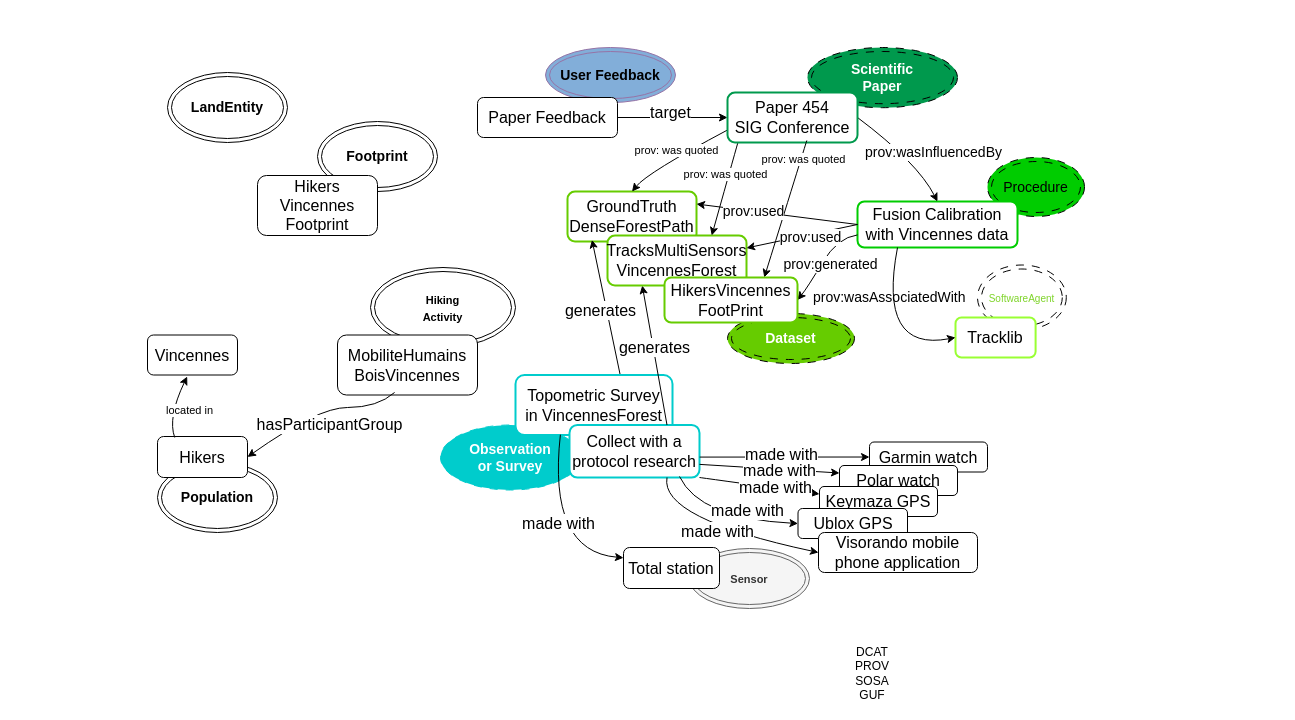
This is page "Schéma 2 article" (3 of 3) of docs/diagrams/model_KG.drawio from IntForOut/outdoorPressure, a draw.io file, before an edit. Source tidied: cells renumbered, new cells numbered last; positions are measured from the earlier drawing's top-left corner, leaving out a move shared by most shapes. Both pictures are drawn from the tidied source at 100%, with x=0, y=0 at pixel (147, 47).
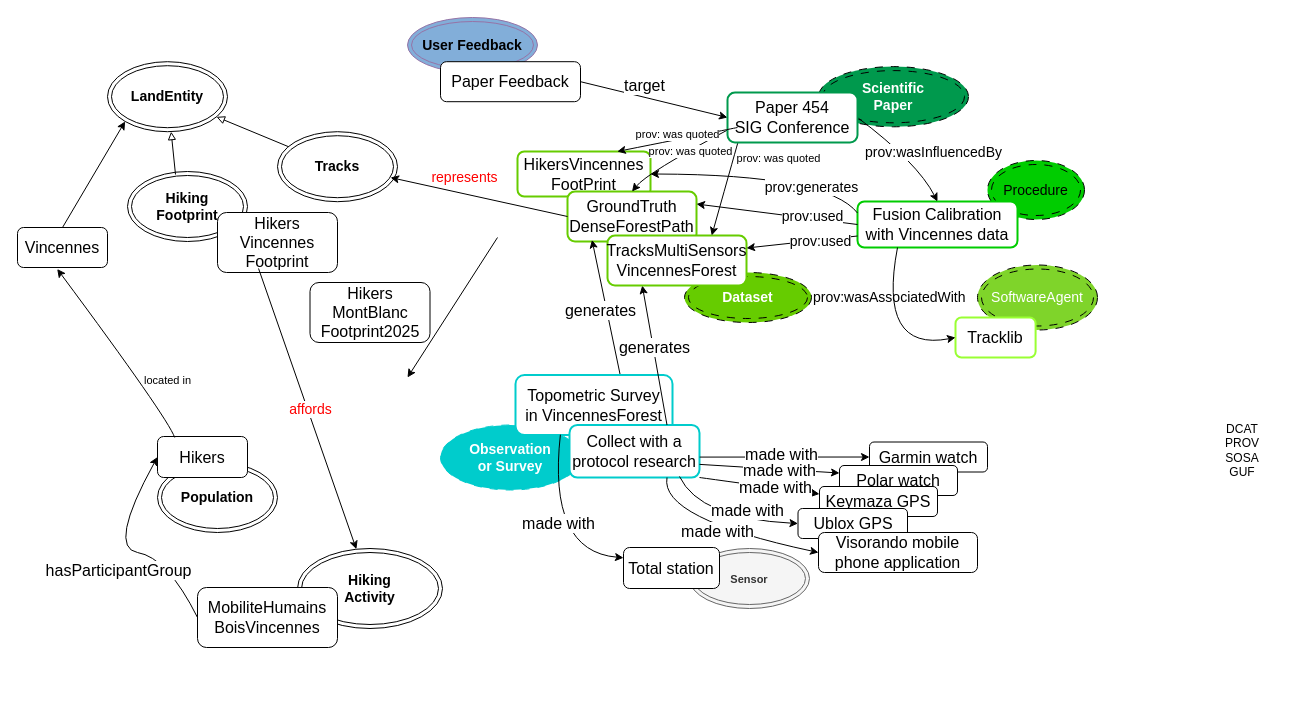
After the change.

Commit message:
Mettre à jour model_KG.drawio

Unchanged cells that the change refers to:
```xml
<mxCell id="9" value="&lt;div&gt;&lt;font style=&quot;font-size: 16px;&quot;&gt;Fusion Calibration&lt;/font&gt;&lt;/div&gt;&lt;div&gt;&lt;font style=&quot;font-size: 16px;&quot;&gt;with Vincennes data&lt;/font&gt;&lt;/div&gt;" style="rounded=1;whiteSpace=wrap;html=1;strokeColor=#00CC00;strokeWidth=2;" parent="1" vertex="1">
  <mxGeometry x="710" y="154" width="160" height="46" as="geometry" />
</mxCell>
<mxCell id="13" value="&lt;div&gt;&lt;font style=&quot;font-size: 16px;&quot;&gt;GroundTruth&lt;/font&gt;&lt;/div&gt;&lt;div&gt;&lt;font style=&quot;font-size: 16px;&quot;&gt;DenseForestPath&lt;/font&gt;&lt;/div&gt;" style="rounded=1;whiteSpace=wrap;html=1;strokeColor=#66CC00;strokeWidth=2;" parent="1" vertex="1">
  <mxGeometry x="420" y="144" width="129" height="50" as="geometry" />
</mxCell>
<mxCell id="21" value="&lt;div&gt;&lt;font style=&quot;font-size: 16px;&quot;&gt;TracksMultiSensors&lt;/font&gt;&lt;/div&gt;&lt;div&gt;&lt;font style=&quot;font-size: 16px;&quot;&gt;VincennesForest&lt;/font&gt;&lt;/div&gt;" style="rounded=1;whiteSpace=wrap;html=1;strokeColor=#66CC00;strokeWidth=2;" parent="1" vertex="1">
  <mxGeometry x="460" y="188" width="139" height="50" as="geometry" />
</mxCell>
<mxCell id="33" style="endArrow=classic;html=1;rounded=0;exitX=0;exitY=0.75;exitDx=0;exitDy=0;curved=1;entryX=0.5;entryY=0;entryDx=0;entryDy=0;" parent="1" edge="1" source="45" target="13">
  <mxGeometry relative="1" as="geometry">
    <Array as="points">
      <mxPoint x="500" y="125" />
    </Array>
  </mxGeometry>
</mxCell>
<mxCell id="37" style="endArrow=classic;html=1;rounded=0;exitX=1;exitY=0.5;exitDx=0;exitDy=0;entryX=0;entryY=0.5;entryDx=0;entryDy=0;" parent="1" edge="1" source="16" target="45">
  <mxGeometry relative="1" as="geometry" />
</mxCell>
<mxCell id="43" style="endArrow=classic;html=1;rounded=0;entryX=0.75;entryY=0;entryDx=0;entryDy=0;exitX=0.08;exitY=1;exitDx=0;exitDy=0;curved=1;exitPerimeter=0;" parent="1" edge="1" source="45" target="21">
  <mxGeometry relative="1" as="geometry" />
</mxCell>
<mxCell id="45" value="&lt;div&gt;&lt;font style=&quot;font-size: 16px;&quot;&gt;Paper 454&lt;/font&gt;&lt;/div&gt;&lt;div&gt;&lt;font style=&quot;font-size: 16px;&quot;&gt;SIG Conference&lt;/font&gt;&lt;/div&gt;" style="rounded=1;whiteSpace=wrap;html=1;strokeColor=#00994D;strokeWidth=2;" parent="1" vertex="1">
  <mxGeometry x="580" y="45" width="130" height="50" as="geometry" />
</mxCell>
<mxCell id="61" style="endArrow=classic;html=1;rounded=0;exitX=0;exitY=0.5;exitDx=0;exitDy=0;entryX=1;entryY=0.25;entryDx=0;entryDy=0;" parent="1" edge="1" source="9" target="13">
  <mxGeometry relative="1" as="geometry" />
</mxCell>
<mxCell id="63" value="&lt;font style=&quot;font-size: 16px;&quot;&gt;Hikers&lt;/font&gt;" style="rounded=1;whiteSpace=wrap;html=1;" parent="1" vertex="1">
  <mxGeometry x="10" y="389" width="90" height="41" as="geometry" />
</mxCell>
```

Diff of the diagram source:
```diff
@@
+    <mxCell id="48" value="&lt;div&gt;&lt;font style=&quot;font-size: 16px;&quot;&gt;HikersVincennes&lt;/font&gt;&lt;/div&gt;&lt;div&gt;&lt;font style=&quot;font-size: 16px;&quot;&gt;FootPrint&lt;/font&gt;&lt;/div&gt;" style="rounded=1;whiteSpace=wrap;html=1;strokeColor=#66CC00;strokeWidth=2;" parent="1" vertex="1">
+      <mxGeometry x="370" y="104" width="133" height="45" as="geometry" />
+    </mxCell>
-    <mxCell id="2" value="&lt;b&gt;Footprint&lt;/b&gt;" style="ellipse;shape=doubleEllipse;whiteSpace=wrap;html=1;fontSize=14;" parent="1" vertex="1">
-      <mxGeometry x="170" y="74" width="120" height="70" as="geometry" />
+    <mxCell id="2" value="&lt;div&gt;&lt;b&gt;Hiking&lt;/b&gt;&lt;/div&gt;&lt;div&gt;&lt;b&gt;Footprint&lt;/b&gt;&lt;/div&gt;" style="ellipse;shape=doubleEllipse;whiteSpace=wrap;html=1;fontSize=14;" parent="1" vertex="1">
+      <mxGeometry x="-20" y="124" width="120" height="70" as="geometry" />
     </mxCell>
     <mxCell id="3" value="&lt;font&gt;&lt;b&gt;User Feedback&lt;/b&gt;&lt;/font&gt;" style="ellipse;shape=doubleEllipse;whiteSpace=wrap;html=1;fontSize=14;fillColor=#82AED9;strokeColor=#9673a6;" parent="1" vertex="1">
-      <mxGeometry x="398" width="130" height="55.1" as="geometry" />
+      <mxGeometry x="260" y="-30" width="130" height="55.1" as="geometry" />
     </mxCell>
     <mxCell id="4" value="&lt;font style=&quot;color: rgb(255, 255, 255);&quot;&gt;&lt;b&gt;Dataset&lt;/b&gt;&lt;/font&gt;" style="ellipse;shape=doubleEllipse;whiteSpace=wrap;html=1;fontSize=14;fillColor=#66CC00;strokeColor=default;dashed=1;dashPattern=8 8;" parent="1" vertex="1">
-      <mxGeometry x="580" y="266" width="127" height="50" as="geometry" />
+      <mxGeometry x="537" y="225" width="127" height="50" as="geometry" />
     </mxCell>
     <mxCell id="5" value="&lt;font style=&quot;color: rgb(255, 255, 255);&quot;&gt;&lt;span style=&quot;color: rgb(0, 204, 0);&quot;&gt;&lt;font&gt;&lt;span style=&quot;color: rgb(0, 0, 0);&quot;&gt;Procedure&lt;/span&gt;&lt;/font&gt;&lt;/span&gt;&lt;/font&gt;" style="ellipse;shape=doubleEllipse;whiteSpace=wrap;html=1;fontSize=14;fillColor=#00CC00;dashed=1;dashPattern=8 8;" parent="1" vertex="1">
-      <mxGeometry x="840" y="110" width="97" height="59" as="geometry" />
+      <mxGeometry x="840" y="113" width="97" height="59" as="geometry" />
     </mxCell>
     <mxCell id="6" value="&lt;div&gt;&lt;font style=&quot;color: rgb(255, 255, 255);&quot;&gt;&lt;b&gt;Scientific&lt;/b&gt;&lt;/font&gt;&lt;/div&gt;&lt;div&gt;&lt;font style=&quot;color: rgb(255, 255, 255);&quot;&gt;&lt;b&gt;Paper&lt;/b&gt;&lt;/font&gt;&lt;/div&gt;" style="ellipse;shape=doubleEllipse;whiteSpace=wrap;html=1;fontSize=14;dashed=1;dashPattern=8 8;fillColor=#00994D;" parent="1" vertex="1">
-      <mxGeometry x="660" width="150" height="60.2" as="geometry" />
+      <mxGeometry x="671" y="19.1" width="150" height="60.2" as="geometry" />
     </mxCell>
-    <mxCell id="7" value="&lt;span style=&quot;color: rgb(127, 212, 42);&quot;&gt;&lt;font style=&quot;font-size: 10px;&quot;&gt;SoftwareAgent&lt;/font&gt;&lt;/span&gt;" style="ellipse;shape=doubleEllipse;whiteSpace=wrap;html=1;fontSize=14;fillColor=none;dashed=1;dashPattern=8 8;" parent="1" vertex="1">
-      <mxGeometry x="830" y="217.5" width="88.8" height="65" as="geometry" />
+    <mxCell id="7" value="&lt;span style=&quot;color: rgb(255, 255, 255);&quot;&gt;&lt;font&gt;SoftwareAgent&lt;/font&gt;&lt;/span&gt;" style="ellipse;shape=doubleEllipse;whiteSpace=wrap;html=1;fontSize=14;fillColor=#7FD42A;dashed=1;dashPattern=8 8;" parent="1" vertex="1">
+      <mxGeometry x="830" y="217.5" width="120" height="65" as="geometry" />
     </mxCell>
@@
-    <mxCell id="11" value="&lt;font style=&quot;font-size: 11px;&quot;&gt;&lt;b&gt;Hiking&lt;/b&gt;&lt;/font&gt;&lt;div&gt;&lt;font style=&quot;font-size: 11px;&quot;&gt;&lt;b&gt;Activity&lt;/b&gt;&lt;/font&gt;&lt;/div&gt;" style="ellipse;shape=doubleEllipse;whiteSpace=wrap;html=1;fontSize=14;" parent="1" vertex="1">
-      <mxGeometry x="223" y="220" width="145" height="80" as="geometry" />
+    <mxCell id="11" value="&lt;font&gt;&lt;b&gt;Hiking&lt;/b&gt;&lt;/font&gt;&lt;div&gt;&lt;font&gt;&lt;b&gt;Activity&lt;/b&gt;&lt;/font&gt;&lt;/div&gt;" style="ellipse;shape=doubleEllipse;whiteSpace=wrap;html=1;fontSize=14;" parent="1" vertex="1">
+      <mxGeometry x="150" y="501" width="145" height="80" as="geometry" />
     </mxCell>
     <mxCell id="12" value="&lt;b&gt;LandEntity&lt;/b&gt;" style="ellipse;shape=doubleEllipse;whiteSpace=wrap;html=1;fontSize=14;" parent="1" vertex="1">
-      <mxGeometry x="20" y="25" width="120" height="70" as="geometry" />
+      <mxGeometry x="-40" y="14.2" width="120" height="70" as="geometry" />
     </mxCell>
@@
     <mxCell id="16" value="&lt;font style=&quot;font-size: 16px;&quot;&gt;Paper Feedback&lt;/font&gt;" style="rounded=1;whiteSpace=wrap;html=1;" parent="1" vertex="1">
-      <mxGeometry x="330" y="50" width="140" height="40" as="geometry" />
+      <mxGeometry x="293" y="14.2" width="140" height="40" as="geometry" />
     </mxCell>
@@
     <mxCell id="34" value="prov: was quoted" style="edgeLabel;html=1;align=center;verticalAlign=middle;" parent="33" vertex="1">
       <mxGeometry x="-0.15" y="-1" relative="1" as="geometry">
-        <mxPoint x="-8" y="-2" as="offset" />
+        <mxPoint x="6" y="-1" as="offset" />
       </mxGeometry>
     </mxCell>
@@
     <mxCell id="38" value="&lt;font style=&quot;font-size: 16px;&quot;&gt;target&lt;/font&gt;" style="edgeLabel;html=1;align=center;verticalAlign=middle;" parent="37" vertex="1">
       <mxGeometry x="-0.26" y="1" relative="1" as="geometry">
-        <mxPoint x="11" y="-5" as="offset" />
+        <mxPoint x="9" y="-9" as="offset" />
       </mxGeometry>
     </mxCell>
@@
-    <mxCell id="41" style="endArrow=classic;html=1;rounded=0;curved=1;entryX=1;entryY=0.5;entryDx=0;entryDy=0;" parent="1" edge="1" source="9" target="48">
+    <mxCell id="41" style="endArrow=classic;html=1;rounded=0;curved=1;entryX=1;entryY=0.5;entryDx=0;entryDy=0;exitX=0;exitY=0.25;exitDx=0;exitDy=0;" parent="1" edge="1" source="9" target="48">
       <mxGeometry relative="1" as="geometry">
         <Array as="points">
-          <mxPoint x="690" y="190" />
-          <mxPoint x="660" y="240" />
+          <mxPoint x="680" y="127" />
         </Array>
       </mxGeometry>
     </mxCell>
-    <mxCell id="42" value="&lt;font style=&quot;font-size: 14px;&quot;&gt;prov:generated&lt;/font&gt;" style="edgeLabel;html=1;align=center;verticalAlign=middle;" parent="41" vertex="1">
+    <mxCell id="42" value="&lt;font style=&quot;font-size: 14px;&quot;&gt;prov:generates&lt;/font&gt;" style="edgeLabel;html=1;align=center;verticalAlign=middle;" parent="41" vertex="1">
       <mxGeometry x="-0.09" relative="1" as="geometry">
-        <mxPoint x="4" y="7" as="offset" />
+        <mxPoint x="38" y="13" as="offset" />
       </mxGeometry>
     </mxCell>
@@
     <mxCell id="44" value="prov: was quoted" style="edgeLabel;html=1;align=center;verticalAlign=middle;" parent="43" vertex="1">
       <mxGeometry x="-0.07" y="-1" relative="1" as="geometry">
-        <mxPoint y="-12" as="offset" />
+        <mxPoint x="53" y="-28" as="offset" />
       </mxGeometry>
     </mxCell>
@@
-    <mxCell id="46" style="endArrow=classic;html=1;rounded=0;exitX=0.61;exitY=0.96;exitDx=0;exitDy=0;exitPerimeter=0;curved=1;entryX=0.75;entryY=0;entryDx=0;entryDy=0;" parent="1" edge="1" source="45" target="48">
-      <mxGeometry relative="1" as="geometry" />
+    <mxCell id="46" style="endArrow=classic;html=1;rounded=0;curved=1;entryX=0.75;entryY=0;entryDx=0;entryDy=0;" parent="1" edge="1" target="48">
+      <mxGeometry relative="1" as="geometry">
+        <mxPoint x="590" y="80" as="sourcePoint" />
+      </mxGeometry>
     </mxCell>
     <mxCell id="47" value="prov: was quoted" style="edgeLabel;html=1;align=center;verticalAlign=middle;" parent="46" vertex="1">
       <mxGeometry x="-0.56" relative="1" as="geometry">
-        <mxPoint x="6" y="-12" as="offset" />
+        <mxPoint x="-34" y="1" as="offset" />
       </mxGeometry>
     </mxCell>
-    <mxCell id="48" value="&lt;div&gt;&lt;font style=&quot;font-size: 16px;&quot;&gt;HikersVincennes&lt;/font&gt;&lt;/div&gt;&lt;div&gt;&lt;font style=&quot;font-size: 16px;&quot;&gt;FootPrint&lt;/font&gt;&lt;/div&gt;" style="rounded=1;whiteSpace=wrap;html=1;strokeColor=#66CC00;strokeWidth=2;" parent="1" vertex="1">
-      <mxGeometry x="517" y="230" width="133" height="45" as="geometry" />
-    </mxCell>
@@
-    <mxCell id="59" style="endArrow=classic;html=1;rounded=0;exitX=0;exitY=0.5;exitDx=0;exitDy=0;entryX=1;entryY=0.25;entryDx=0;entryDy=0;" parent="1" edge="1" source="9" target="21">
+    <mxCell id="59" style="endArrow=classic;html=1;rounded=0;exitX=0;exitY=0.75;exitDx=0;exitDy=0;entryX=1;entryY=0.25;entryDx=0;entryDy=0;" parent="1" edge="1" source="9" target="21">
       <mxGeometry relative="1" as="geometry" />
     </mxCell>
     <mxCell id="60" value="&lt;font style=&quot;font-size: 14px;&quot;&gt;prov:used&lt;/font&gt;" style="edgeLabel;html=1;align=center;verticalAlign=middle;" parent="59" vertex="1">
-      <mxGeometry x="-0.14" y="2" relative="1" as="geometry" />
+      <mxGeometry x="-0.14" y="2" relative="1" as="geometry">
+        <mxPoint x="10" y="-2" as="offset" />
+      </mxGeometry>
     </mxCell>
@@
     <mxCell id="62" value="&lt;font style=&quot;font-size: 14px;&quot;&gt;prov:used&lt;/font&gt;" style="edgeLabel;html=1;align=center;verticalAlign=middle;" parent="61" vertex="1">
-      <mxGeometry x="0.3" relative="1" as="geometry" />
+      <mxGeometry x="0.3" relative="1" as="geometry">
+        <mxPoint x="59" y="5" as="offset" />
+      </mxGeometry>
     </mxCell>
@@
     <mxCell id="64" value="&lt;div&gt;&lt;font style=&quot;font-size: 16px;&quot;&gt;Hikers&lt;/font&gt;&lt;/div&gt;&lt;div&gt;&lt;font style=&quot;font-size: 16px;&quot;&gt;Vincennes&lt;/font&gt;&lt;/div&gt;&lt;div&gt;&lt;font style=&quot;font-size: 16px;&quot;&gt;Footprint&lt;/font&gt;&lt;/div&gt;" style="rounded=1;whiteSpace=wrap;html=1;" parent="1" vertex="1">
-      <mxGeometry x="110" y="128" width="120" height="60" as="geometry" />
+      <mxGeometry x="70" y="165" width="120" height="60" as="geometry" />
     </mxCell>
     <mxCell id="65" value="&lt;font style=&quot;font-size: 16px;&quot;&gt;Vincennes&lt;/font&gt;" style="rounded=1;whiteSpace=wrap;html=1;" parent="1" vertex="1">
-      <mxGeometry y="287.5" width="90" height="40" as="geometry" />
+      <mxGeometry x="-130" y="180" width="90" height="40" as="geometry" />
     </mxCell>
     <mxCell id="66" value="&lt;div&gt;DCAT&lt;/div&gt;&lt;div&gt;PROV&lt;/div&gt;&lt;div&gt;&lt;span style=&quot;color: rgb(0, 0, 0);&quot;&gt;SOSA&lt;/span&gt;&lt;/div&gt;&lt;div&gt;&lt;span style=&quot;color: rgb(0, 0, 0);&quot;&gt;GUF&lt;/span&gt;&lt;/div&gt;" style="text;html=1;whiteSpace=wrap;strokeColor=none;fillColor=none;align=center;verticalAlign=middle;rounded=0;" parent="1" vertex="1">
-      <mxGeometry x="689.7" y="611" width="70.3" height="30" as="geometry" />
+      <mxGeometry x="1060" y="387.5" width="70.3" height="30" as="geometry" />
     </mxCell>
     <mxCell id="67" value="&lt;div&gt;&lt;font style=&quot;font-size: 16px;&quot;&gt;MobiliteHumains&lt;/font&gt;&lt;/div&gt;&lt;div&gt;&lt;font style=&quot;font-size: 16px;&quot;&gt;BoisVincennes&lt;/font&gt;&lt;/div&gt;" style="rounded=1;whiteSpace=wrap;html=1;" parent="1" vertex="1">
-      <mxGeometry x="190" y="287.5" width="140" height="60" as="geometry" />
+      <mxGeometry x="50" y="540" width="140" height="60" as="geometry" />
     </mxCell>
@@
-    <mxCell id="70" style="endArrow=classic;html=1;rounded=0;curved=1;exitX=0.408;exitY=0.958;exitDx=0;exitDy=0;exitPerimeter=0;entryX=1;entryY=0.5;entryDx=0;entryDy=0;" parent="1" edge="1" source="67" target="63">
+    <mxCell id="70" style="endArrow=classic;html=1;rounded=0;curved=1;exitX=0;exitY=0.5;exitDx=0;exitDy=0;entryX=0;entryY=0.5;entryDx=0;entryDy=0;" parent="1" edge="1" source="67" target="63">
       <mxGeometry relative="1" as="geometry">
         <Array as="points">
-          <mxPoint x="230" y="360" />
-          <mxPoint x="170" y="360" />
+          <mxPoint x="20" y="510" />
+          <mxPoint x="-40" y="500" />
         </Array>
       </mxGeometry>
     </mxCell>
@@
+    <mxCell id="72" style="endArrow=block;html=1;rounded=0;exitX=0.4;exitY=0.043;exitDx=0;exitDy=0;exitPerimeter=0;endFill=0;" parent="1" edge="1" source="2" target="12">
+      <mxGeometry relative="1" as="geometry" />
+    </mxCell>
+    <mxCell id="73" style="endArrow=classic;html=1;rounded=0;exitX=0.5;exitY=0;exitDx=0;exitDy=0;entryX=0;entryY=1;entryDx=0;entryDy=0;" parent="1" edge="1" source="65" target="12">
+      <mxGeometry relative="1" as="geometry" />
+    </mxCell>
+    <mxCell id="74" value="&lt;b&gt;Tracks&lt;/b&gt;" style="ellipse;shape=doubleEllipse;whiteSpace=wrap;html=1;fontSize=14;" parent="1" vertex="1">
+      <mxGeometry x="130" y="84.2" width="120" height="70" as="geometry" />
+    </mxCell>
+    <mxCell id="75" style="endArrow=block;html=1;rounded=0;endFill=0;" parent="1" edge="1" source="74" target="12">
+      <mxGeometry relative="1" as="geometry" />
+    </mxCell>
+    <mxCell id="76" style="endArrow=classic;html=1;rounded=0;exitX=0;exitY=0.5;exitDx=0;exitDy=0;entryX=0.942;entryY=0.655;entryDx=0;entryDy=0;entryPerimeter=0;" parent="1" edge="1" source="13" target="74">
+      <mxGeometry relative="1" as="geometry" />
+    </mxCell>
+    <mxCell id="77" value="&lt;font style=&quot;font-size: 14px; color: rgb(255, 0, 0);&quot;&gt;represents&lt;/font&gt;" style="edgeLabel;html=1;align=center;verticalAlign=middle;" parent="76" vertex="1">
+      <mxGeometry x="0.16" y="1" relative="1" as="geometry">
+        <mxPoint x="-1" y="-18" as="offset" />
+      </mxGeometry>
+    </mxCell>
+    <mxCell id="78" value="&lt;div&gt;&lt;font style=&quot;font-size: 16px;&quot;&gt;Hikers&lt;/font&gt;&lt;/div&gt;&lt;div&gt;&lt;font style=&quot;font-size: 16px;&quot;&gt;MontBlanc&lt;/font&gt;&lt;/div&gt;&lt;div&gt;&lt;font style=&quot;font-size: 16px;&quot;&gt;Footprint2025&lt;/font&gt;&lt;/div&gt;" style="rounded=1;whiteSpace=wrap;html=1;" parent="1" vertex="1">
+      <mxGeometry x="162.5" y="235" width="120" height="60" as="geometry" />
+    </mxCell>
+    <mxCell id="79" style="endArrow=classic;html=1;rounded=0;exitX=0.342;exitY=0.933;exitDx=0;exitDy=0;exitPerimeter=0;" parent="1" edge="1" source="64" target="11">
+      <mxGeometry relative="1" as="geometry" />
+    </mxCell>
+    <mxCell id="80" value="&lt;font style=&quot;font-size: 14px; color: rgb(255, 0, 0);&quot;&gt;affords&lt;/font&gt;" style="edgeLabel;html=1;align=center;verticalAlign=middle;" parent="79" vertex="1">
+      <mxGeometry x="0.01" y="2" relative="1" as="geometry" />
+    </mxCell>
+    <mxCell id="81" style="endArrow=classic;html=1;rounded=0;" parent="1" edge="1">
+      <mxGeometry relative="1" as="geometry">
+        <mxPoint x="350" y="190" as="sourcePoint" />
+        <mxPoint x="260" y="330" as="targetPoint" />
+      </mxGeometry>
+    </mxCell>
```
